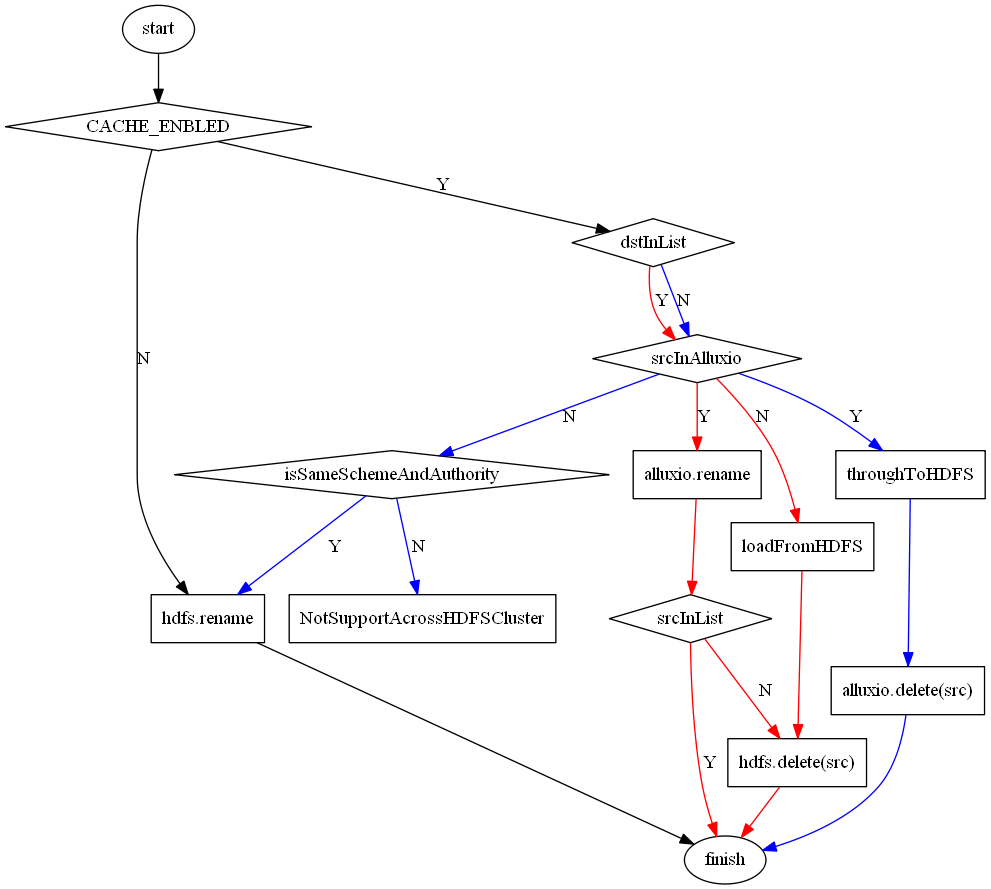
The Graphviz diagram alluxio/flow/rename.png in Jason0812/doc, before a commit. Its source is kept beside it as alluxio/flow/rename.dot.
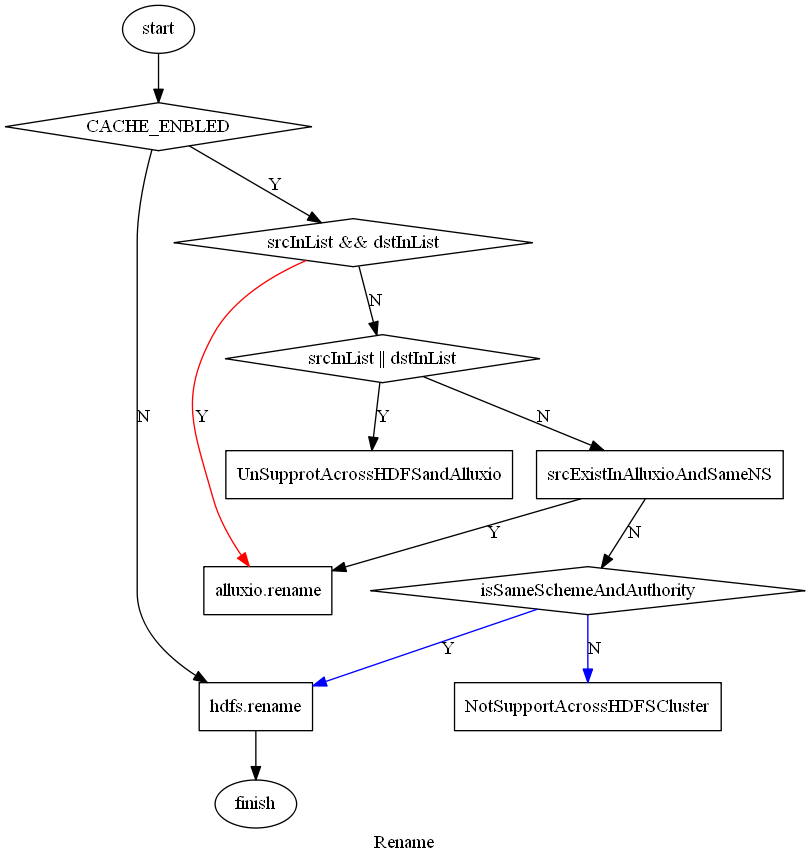
Above is the later version.

The edit, as a diff of the source:
```diff
@@ -1,4 +1,5 @@
 digraph rename{
+	label = "Rename";
 	CACHE_ENBLED[shape=diamond];
 	start[shape=ellipse];
 	finish[shape=ellipse];
@@ -6,30 +7,20 @@
 	aRename[shape = box, label = "alluxio.rename"];
 	hRename[shape = box, label = "hdfs.rename"];
 	notSupport[shape = box, label = "NotSupportAcrossHDFSCluster"];
-	srcInAlluxio[shape = diamond, label = "srcInAlluxio"];
-	srcInList[shape = diamond, label = "srcInList"];
-	dstInList[shape = diamond, label = "dstInList"];
-	hDeleteSrc[shape = box, label = "hdfs.delete(src)"];
-	aDeleteSrc[shape = box, label = "alluxio.delete(src)"];
-	hLoad[shape = box, label = "loadFromHDFS"];
-	aThrough[shape = box, label = "throughToHDFS"];
+	srcInListandDestinList[shape = diamond, label = "srcInList && dstInList"];
+	srcInListOrDestinList[shape = diamond, label = "srcInList || dstInList"];
+	unSupport[shape = box, label = "UnSupprotAcrossHDFSandAlluxio"];
+	srcExistInAlluxioAndSameNS[shape = box, label = "srcExistInAlluxioAndSameNS"];
 
 	start -> CACHE_ENBLED;
 	CACHE_ENBLED -> hRename[label = "N"];
-	CACHE_ENBLED -> dstInList[label = "Y"];
-	dstInList -> srcInAlluxio[label = "Y", color = red];
-	srcInAlluxio -> aRename[label = "Y", color = red];
-	aRename -> srcInList[color = "red"];
-	srcInList -> finish[label = "Y", color = red];
-	srcInList -> hDeleteSrc[label = "N", color = red];
-	srcInAlluxio -> hLoad[label = "N", color = red];
-	hLoad -> hDeleteSrc[color = red];
-	hDeleteSrc -> finish[color = red];
-	dstInList -> srcInAlluxio[label = "N", color = blue];
-	srcInAlluxio -> aThrough[label = "Y", color = blue];
-	aThrough -> aDeleteSrc[color = blue];
-	aDeleteSrc -> finish[color = blue];
-	srcInAlluxio -> isSameSchemeAndAuthority[label = "N", color = blue];
+	CACHE_ENBLED -> srcInListandDestinList[label = "Y"];
+	srcInListandDestinList -> aRename[label = "Y", color = red];
+	srcInListandDestinList -> srcInListOrDestinList[label = "N"];
+	srcInListOrDestinList -> unSupport[label = "Y"];
+	srcInListOrDestinList -> srcExistInAlluxioAndSameNS[label = "N"];
+	srcExistInAlluxioAndSameNS -> aRename[label = "Y"];
+	srcExistInAlluxioAndSameNS -> isSameSchemeAndAuthority[label = "N"];
 	isSameSchemeAndAuthority -> hRename[label = "Y", color = blue];
 	isSameSchemeAndAuthority -> notSupport[label = "N", color = blue];
 	hRename -> finish;
```
